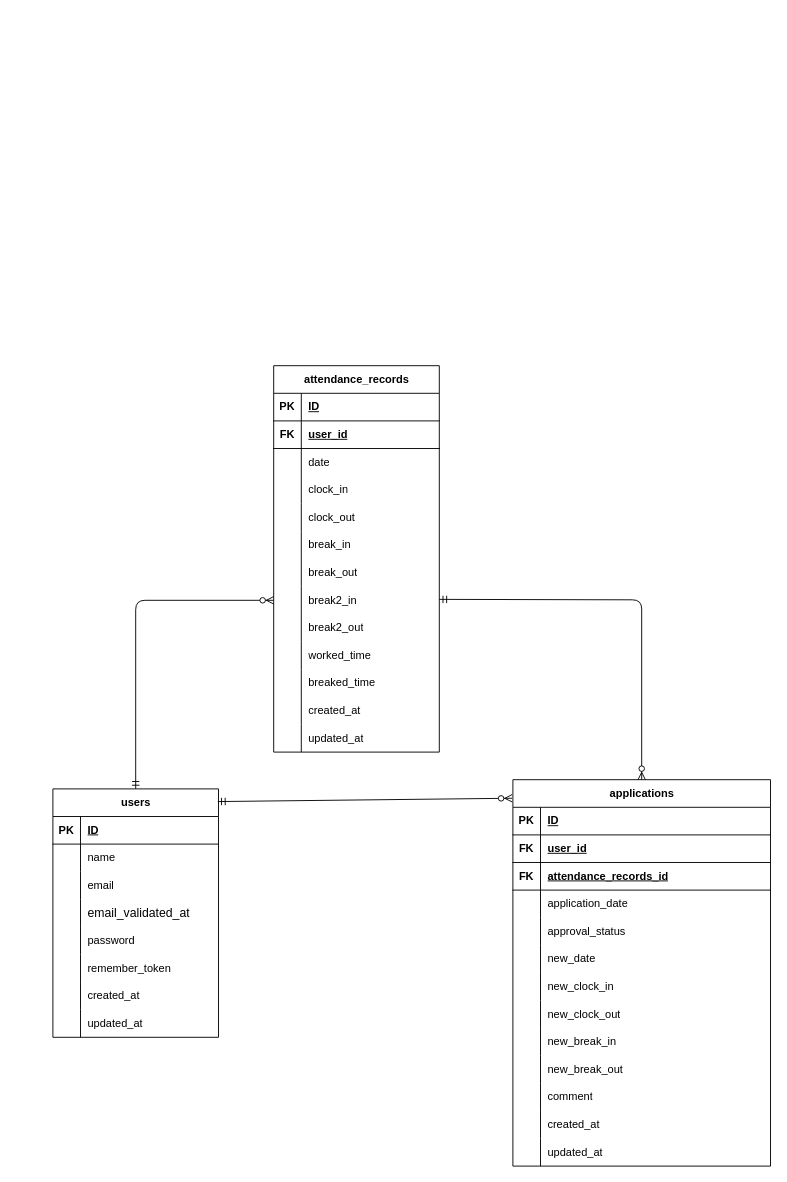
Earlier version of the draw.io diagram worklog.drawio (bunta27/WorkLog). Source tidied: cells renumbered, new cells numbered last; positions are measured from the earlier drawing's top-left corner, leaving out a move shared by most shapes. Both pictures are drawn from the tidied source at 92%, with x=0, y=0 at pixel (52, 365).
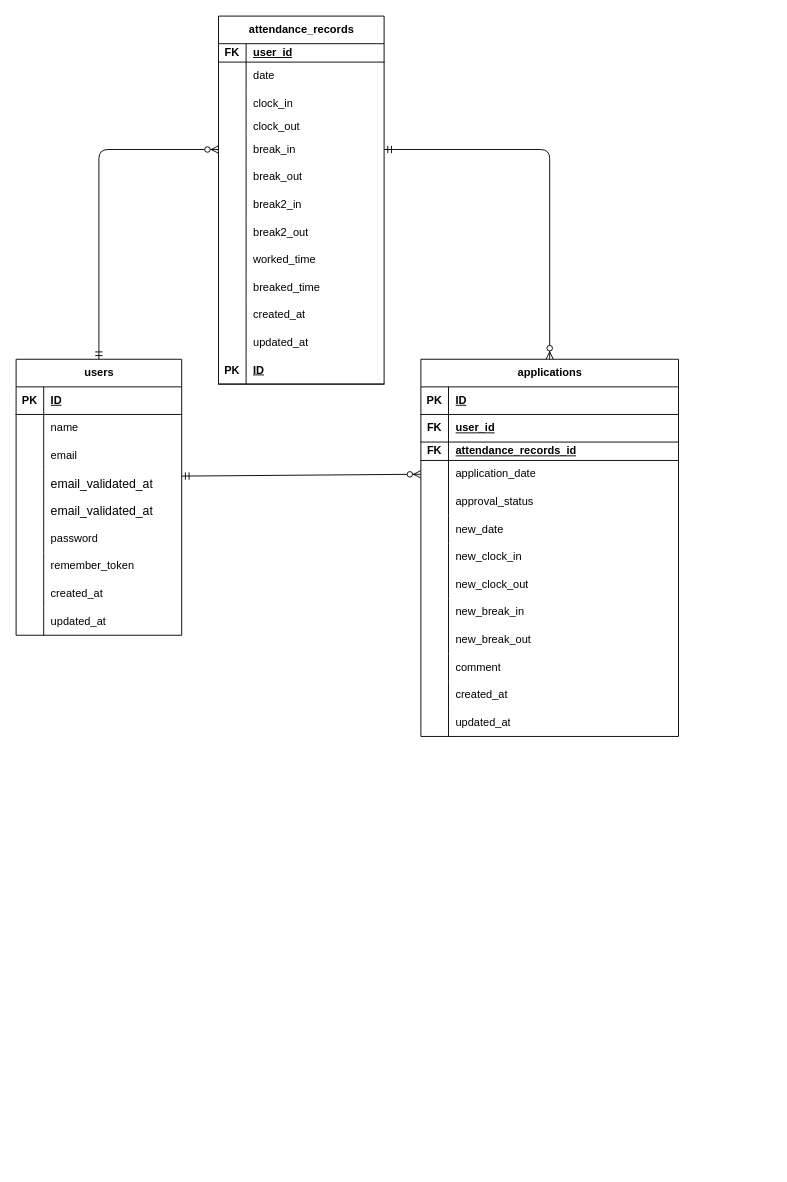
After the change.

The edit, as a diff of the source:
```diff
@@
     <mxCell id="2" value="attendance_records" style="shape=table;startSize=30;childLayout=tableLayout;rowLines=0;fontStyle=1;align=center;html=1;" parent="1" vertex="1">
-      <mxGeometry x="240" width="180" height="420" as="geometry" />
+      <mxGeometry x="180" y="-380" width="180" height="400" as="geometry" />
     </mxCell>
-    <mxCell id="3" style="shape=tableRow;horizontal=0;startSize=0;swimlaneHead=0;swimlaneBody=0;fillColor=none;top=0;left=0;right=0;bottom=1;" parent="2" vertex="1">
-      <mxGeometry y="30" width="180" height="30" as="geometry" />
-    </mxCell>
-    <mxCell id="4" value="PK" style="shape=partialRectangle;fillColor=none;top=0;left=0;bottom=0;right=0;fontStyle=1;overflow=hidden;whiteSpace=wrap;html=1;" parent="3" vertex="1">
-      <mxGeometry width="30" height="30" as="geometry" />
-    </mxCell>
-    <mxCell id="5" value="ID" style="shape=partialRectangle;fillColor=none;top=0;left=0;bottom=0;right=0;align=left;spacingLeft=6;fontStyle=5;overflow=hidden;whiteSpace=wrap;html=1;" parent="3" vertex="1">
-      <mxGeometry x="30" width="150" height="30" as="geometry" />
-    </mxCell>
     <mxCell id="6" style="shape=tableRow;horizontal=0;startSize=0;swimlaneHead=0;swimlaneBody=0;fillColor=none;top=0;left=0;right=0;bottom=1;" parent="2" vertex="1">
-      <mxGeometry y="60" width="180" height="30" as="geometry" />
+      <mxGeometry y="30" width="180" height="20" as="geometry" />
     </mxCell>
     <mxCell id="7" value="FK" style="shape=partialRectangle;fillColor=none;top=0;left=0;bottom=0;right=0;fontStyle=1;overflow=hidden;whiteSpace=wrap;html=1;" parent="6" vertex="1">
-      <mxGeometry width="30" height="30" as="geometry" />
+      <mxGeometry width="30" height="20" as="geometry" />
     </mxCell>
     <mxCell id="8" value="user_id" style="shape=partialRectangle;fillColor=none;top=0;left=0;bottom=0;right=0;align=left;spacingLeft=6;fontStyle=5;overflow=hidden;whiteSpace=wrap;html=1;" parent="6" vertex="1">
-      <mxGeometry x="30" width="150" height="30" as="geometry" />
+      <mxGeometry x="30" width="150" height="20" as="geometry" />
     </mxCell>
     <mxCell id="9" style="shape=tableRow;horizontal=0;startSize=0;swimlaneHead=0;swimlaneBody=0;fillColor=none;top=0;left=0;right=0;bottom=0;" parent="2" vertex="1">
-      <mxGeometry y="90" width="180" height="30" as="geometry" />
+      <mxGeometry y="50" width="180" height="30" as="geometry" />
     </mxCell>
@@
     <mxCell id="12" style="shape=tableRow;horizontal=0;startSize=0;swimlaneHead=0;swimlaneBody=0;fillColor=none;top=0;left=0;right=0;bottom=0;" parent="2" vertex="1">
-      <mxGeometry y="120" width="180" height="30" as="geometry" />
+      <mxGeometry y="80" width="180" height="30" as="geometry" />
     </mxCell>
@@
     <mxCell id="15" style="shape=tableRow;horizontal=0;startSize=0;swimlaneHead=0;swimlaneBody=0;fillColor=none;top=0;left=0;right=0;bottom=0;" parent="2" vertex="1">
-      <mxGeometry y="150" width="180" height="30" as="geometry" />
+      <mxGeometry y="110" width="180" height="20" as="geometry" />
     </mxCell>
     <mxCell id="16" style="shape=partialRectangle;fillColor=none;top=0;left=0;bottom=0;right=0;overflow=hidden;whiteSpace=wrap;html=1;" parent="15" vertex="1">
-      <mxGeometry width="30" height="30" as="geometry" />
+      <mxGeometry width="30" height="20" as="geometry" />
     </mxCell>
     <mxCell id="17" value="clock_out" style="shape=partialRectangle;fillColor=none;top=0;left=0;bottom=0;right=0;align=left;spacingLeft=6;overflow=hidden;whiteSpace=wrap;html=1;" parent="15" vertex="1">
-      <mxGeometry x="30" width="150" height="30" as="geometry" />
+      <mxGeometry x="30" width="150" height="20" as="geometry" />
     </mxCell>
     <mxCell id="18" style="shape=tableRow;horizontal=0;startSize=0;swimlaneHead=0;swimlaneBody=0;fillColor=none;points=[[0,0.5],[1,0.5]];portConstraint=eastwest;top=0;left=0;right=0;bottom=0;" parent="2" vertex="1">
-      <mxGeometry y="180" width="180" height="30" as="geometry" />
+      <mxGeometry y="130" width="180" height="30" as="geometry" />
     </mxCell>
@@
     <mxCell id="21" style="shape=tableRow;horizontal=0;startSize=0;swimlaneHead=0;swimlaneBody=0;fillColor=none;top=0;left=0;right=0;bottom=0;" parent="2" vertex="1">
-      <mxGeometry y="210" width="180" height="30" as="geometry" />
+      <mxGeometry y="160" width="180" height="30" as="geometry" />
     </mxCell>
@@
     <mxCell id="24" style="shape=tableRow;horizontal=0;startSize=0;swimlaneHead=0;swimlaneBody=0;fillColor=none;points=[[0,0.5],[1,0.5]];portConstraint=eastwest;top=0;left=0;right=0;bottom=0;" parent="2" vertex="1">
-      <mxGeometry y="240" width="180" height="30" as="geometry" />
+      <mxGeometry y="190" width="180" height="30" as="geometry" />
     </mxCell>
@@
     <mxCell id="27" style="shape=tableRow;horizontal=0;startSize=0;swimlaneHead=0;swimlaneBody=0;fillColor=none;top=0;left=0;right=0;bottom=0;" parent="2" vertex="1">
-      <mxGeometry y="270" width="180" height="30" as="geometry" />
+      <mxGeometry y="220" width="180" height="30" as="geometry" />
     </mxCell>
@@
     <mxCell id="30" style="shape=tableRow;horizontal=0;startSize=0;swimlaneHead=0;swimlaneBody=0;fillColor=none;top=0;left=0;right=0;bottom=0;" parent="2" vertex="1">
-      <mxGeometry y="300" width="180" height="30" as="geometry" />
+      <mxGeometry y="250" width="180" height="30" as="geometry" />
     </mxCell>
@@
     <mxCell id="33" style="shape=tableRow;horizontal=0;startSize=0;swimlaneHead=0;swimlaneBody=0;fillColor=none;top=0;left=0;right=0;bottom=0;" parent="2" vertex="1">
-      <mxGeometry y="330" width="180" height="30" as="geometry" />
+      <mxGeometry y="280" width="180" height="30" as="geometry" />
     </mxCell>
@@
     <mxCell id="36" style="shape=tableRow;horizontal=0;startSize=0;swimlaneHead=0;swimlaneBody=0;fillColor=none;top=0;left=0;right=0;bottom=0;" parent="2" vertex="1">
-      <mxGeometry y="360" width="180" height="30" as="geometry" />
+      <mxGeometry y="310" width="180" height="30" as="geometry" />
     </mxCell>
@@
     <mxCell id="39" style="shape=tableRow;horizontal=0;startSize=0;swimlaneHead=0;swimlaneBody=0;fillColor=none;top=0;left=0;right=0;bottom=0;" parent="2" vertex="1">
-      <mxGeometry y="390" width="180" height="30" as="geometry" />
+      <mxGeometry y="340" width="180" height="30" as="geometry" />
     </mxCell>
@@
+    <mxCell id="3" style="shape=tableRow;horizontal=0;startSize=0;swimlaneHead=0;swimlaneBody=0;fillColor=none;top=0;left=0;right=0;bottom=1;" parent="2" vertex="1">
+      <mxGeometry y="370" width="180" height="30" as="geometry" />
+    </mxCell>
+    <mxCell id="4" value="PK" style="shape=partialRectangle;fillColor=none;top=0;left=0;bottom=0;right=0;fontStyle=1;overflow=hidden;whiteSpace=wrap;html=1;" parent="3" vertex="1">
+      <mxGeometry width="30" height="30" as="geometry" />
+    </mxCell>
+    <mxCell id="5" value="ID" style="shape=partialRectangle;fillColor=none;top=0;left=0;bottom=0;right=0;align=left;spacingLeft=6;fontStyle=5;overflow=hidden;whiteSpace=wrap;html=1;" parent="3" vertex="1">
+      <mxGeometry x="30" width="150" height="30" as="geometry" />
+    </mxCell>
     <mxCell id="42" value="users" style="shape=table;startSize=30;childLayout=tableLayout;rowLines=0;fontStyle=1;align=center;html=1;" parent="1" vertex="1">
-      <mxGeometry y="460" width="180" height="270" as="geometry" />
+      <mxGeometry x="-40" y="-7" width="180" height="300" as="geometry" />
     </mxCell>
@@
+    <mxCell id="110" style="shape=tableRow;horizontal=0;startSize=0;swimlaneHead=0;swimlaneBody=0;fillColor=none;top=0;left=0;right=0;bottom=0;" parent="42" vertex="1">
+      <mxGeometry y="150" width="180" height="30" as="geometry" />
+    </mxCell>
+    <mxCell id="111" style="shape=partialRectangle;fillColor=none;top=0;left=0;bottom=0;right=0;overflow=hidden;whiteSpace=wrap;html=1;" parent="110" vertex="1">
+      <mxGeometry width="30" height="30" as="geometry" />
+    </mxCell>
+    <mxCell id="112" value="&lt;span style=&quot;color: rgb(0, 0, 0); font-size: 10pt; font-family: Arial;&quot;&gt;email_validated_at&lt;/span&gt;" style="shape=partialRectangle;fillColor=none;top=0;left=0;bottom=0;right=0;align=left;spacingLeft=6;overflow=hidden;whiteSpace=wrap;html=1;" parent="110" vertex="1">
+      <mxGeometry x="30" width="150" height="30" as="geometry" />
+    </mxCell>
     <mxCell id="55" style="shape=tableRow;horizontal=0;startSize=0;swimlaneHead=0;swimlaneBody=0;fillColor=none;top=0;left=0;right=0;bottom=0;" parent="42" vertex="1">
-      <mxGeometry y="150" width="180" height="30" as="geometry" />
+      <mxGeometry y="180" width="180" height="30" as="geometry" />
     </mxCell>
@@
     <mxCell id="58" style="shape=tableRow;horizontal=0;startSize=0;swimlaneHead=0;swimlaneBody=0;fillColor=none;top=0;left=0;right=0;bottom=0;" parent="42" vertex="1">
-      <mxGeometry y="180" width="180" height="30" as="geometry" />
+      <mxGeometry y="210" width="180" height="30" as="geometry" />
     </mxCell>
@@
     <mxCell id="61" style="shape=tableRow;horizontal=0;startSize=0;swimlaneHead=0;swimlaneBody=0;fillColor=none;top=0;left=0;right=0;bottom=0;" parent="42" vertex="1">
-      <mxGeometry y="210" width="180" height="30" as="geometry" />
+      <mxGeometry y="240" width="180" height="30" as="geometry" />
     </mxCell>
@@
     <mxCell id="64" style="shape=tableRow;horizontal=0;startSize=0;swimlaneHead=0;swimlaneBody=0;fillColor=none;top=0;left=0;right=0;bottom=0;" parent="42" vertex="1">
-      <mxGeometry y="240" width="180" height="30" as="geometry" />
+      <mxGeometry y="270" width="180" height="30" as="geometry" />
     </mxCell>
@@
     <mxCell id="67" value="applications" style="shape=table;startSize=30;childLayout=tableLayout;rowLines=0;fontStyle=1;align=center;html=1;" parent="1" vertex="1">
-      <mxGeometry x="500" y="450" width="280" height="420" as="geometry" />
+      <mxGeometry x="400" y="-7" width="280" height="410" as="geometry" />
     </mxCell>
@@
     <mxCell id="74" style="shape=tableRow;horizontal=0;startSize=0;swimlaneHead=0;swimlaneBody=0;fillColor=none;top=0;left=0;right=0;bottom=1;" parent="67" vertex="1">
-      <mxGeometry y="90" width="280" height="30" as="geometry" />
+      <mxGeometry y="90" width="280" height="20" as="geometry" />
     </mxCell>
     <mxCell id="75" value="FK" style="shape=partialRectangle;fillColor=none;top=0;left=0;bottom=0;right=0;fontStyle=1;overflow=hidden;whiteSpace=wrap;html=1;" parent="74" vertex="1">
-      <mxGeometry width="30" height="30" as="geometry" />
+      <mxGeometry width="30" height="20" as="geometry" />
     </mxCell>
     <mxCell id="76" value="attendance_records_id" style="shape=partialRectangle;fillColor=none;top=0;left=0;bottom=0;right=0;align=left;spacingLeft=6;fontStyle=5;overflow=hidden;whiteSpace=wrap;html=1;" parent="74" vertex="1">
-      <mxGeometry x="30" width="250" height="30" as="geometry" />
+      <mxGeometry x="30" width="250" height="20" as="geometry" />
     </mxCell>
     <mxCell id="77" style="shape=tableRow;horizontal=0;startSize=0;swimlaneHead=0;swimlaneBody=0;fillColor=none;points=[[0,0.5],[1,0.5]];portConstraint=eastwest;top=0;left=0;right=0;bottom=0;" parent="67" vertex="1">
-      <mxGeometry y="120" width="280" height="30" as="geometry" />
+      <mxGeometry y="110" width="280" height="30" as="geometry" />
     </mxCell>
@@
     <mxCell id="80" style="shape=tableRow;horizontal=0;startSize=0;swimlaneHead=0;swimlaneBody=0;fillColor=none;top=0;left=0;right=0;bottom=0;" parent="67" vertex="1">
-      <mxGeometry y="150" width="280" height="30" as="geometry" />
+      <mxGeometry y="140" width="280" height="30" as="geometry" />
     </mxCell>
@@
     <mxCell id="83" style="shape=tableRow;horizontal=0;startSize=0;swimlaneHead=0;swimlaneBody=0;fillColor=none;top=0;left=0;right=0;bottom=0;" parent="67" vertex="1">
-      <mxGeometry y="180" width="280" height="30" as="geometry" />
+      <mxGeometry y="170" width="280" height="30" as="geometry" />
     </mxCell>
@@
     <mxCell id="86" style="shape=tableRow;horizontal=0;startSize=0;swimlaneHead=0;swimlaneBody=0;fillColor=none;top=0;left=0;right=0;bottom=0;" parent="67" vertex="1">
-      <mxGeometry y="210" width="280" height="30" as="geometry" />
+      <mxGeometry y="200" width="280" height="30" as="geometry" />
     </mxCell>
@@
     <mxCell id="89" style="shape=tableRow;horizontal=0;startSize=0;swimlaneHead=0;swimlaneBody=0;fillColor=none;top=0;left=0;right=0;bottom=0;" parent="67" vertex="1">
-      <mxGeometry y="240" width="280" height="30" as="geometry" />
+      <mxGeometry y="230" width="280" height="30" as="geometry" />
     </mxCell>
@@
     <mxCell id="92" style="shape=tableRow;horizontal=0;startSize=0;swimlaneHead=0;swimlaneBody=0;fillColor=none;top=0;left=0;right=0;bottom=0;" parent="67" vertex="1">
-      <mxGeometry y="270" width="280" height="30" as="geometry" />
+      <mxGeometry y="260" width="280" height="30" as="geometry" />
     </mxCell>
@@
     <mxCell id="95" style="shape=tableRow;horizontal=0;startSize=0;swimlaneHead=0;swimlaneBody=0;fillColor=none;top=0;left=0;right=0;bottom=0;" parent="67" vertex="1">
-      <mxGeometry y="300" width="280" height="30" as="geometry" />
+      <mxGeometry y="290" width="280" height="30" as="geometry" />
     </mxCell>
@@
     <mxCell id="98" style="shape=tableRow;horizontal=0;startSize=0;swimlaneHead=0;swimlaneBody=0;fillColor=none;top=0;left=0;right=0;bottom=0;" parent="67" vertex="1">
-      <mxGeometry y="330" width="280" height="30" as="geometry" />
+      <mxGeometry y="320" width="280" height="30" as="geometry" />
     </mxCell>
@@
     <mxCell id="101" style="shape=tableRow;horizontal=0;startSize=0;swimlaneHead=0;swimlaneBody=0;fillColor=none;top=0;left=0;right=0;bottom=0;" parent="67" vertex="1">
-      <mxGeometry y="360" width="280" height="30" as="geometry" />
+      <mxGeometry y="350" width="280" height="30" as="geometry" />
     </mxCell>
@@
     <mxCell id="104" style="shape=tableRow;horizontal=0;startSize=0;swimlaneHead=0;swimlaneBody=0;fillColor=none;top=0;left=0;right=0;bottom=0;" parent="67" vertex="1">
-      <mxGeometry y="390" width="280" height="30" as="geometry" />
+      <mxGeometry y="380" width="280" height="30" as="geometry" />
     </mxCell>
@@
-    <mxCell id="107" style="fontSize=12;html=1;endArrow=ERzeroToMany;startArrow=ERmandOne;exitX=0.5;exitY=0;exitDx=0;exitDy=0;entryX=0;entryY=0.5;entryDx=0;entryDy=0;edgeStyle=orthogonalEdgeStyle;" parent="1" edge="1" source="42" target="24">
+    <mxCell id="107" style="fontSize=12;html=1;endArrow=ERzeroToMany;startArrow=ERmandOne;exitX=0.5;exitY=0;exitDx=0;exitDy=0;entryX=0;entryY=0.5;entryDx=0;entryDy=0;edgeStyle=orthogonalEdgeStyle;" parent="1" edge="1" source="42" target="18">
       <mxGeometry relative="1" as="geometry" />
     </mxCell>
-    <mxCell id="108" style="fontSize=12;html=1;endArrow=ERzeroToMany;startArrow=ERmandOne;exitX=0.996;exitY=0.051;exitDx=0;exitDy=0;exitPerimeter=0;entryX=-0.003;entryY=0.048;entryDx=0;entryDy=0;entryPerimeter=0;" parent="1" edge="1" source="42" target="67">
-      <mxGeometry relative="1" as="geometry" />
+    <mxCell id="108" style="fontSize=12;html=1;endArrow=ERzeroToMany;startArrow=ERmandOne;entryX=0;entryY=0.5;entryDx=0;entryDy=0;" parent="1" edge="1" target="77">
+      <mxGeometry relative="1" as="geometry">
+        <mxPoint x="140" y="120" as="sourcePoint" />
+      </mxGeometry>
     </mxCell>
-    <mxCell id="109" style="fontSize=12;html=1;endArrow=ERzeroToMany;startArrow=ERmandOne;exitX=0.996;exitY=0.051;exitDx=0;exitDy=0;exitPerimeter=0;edgeStyle=orthogonalEdgeStyle;entryX=0.5;entryY=0;entryDx=0;entryDy=0;" parent="1" edge="1" target="67">
-      <mxGeometry relative="1" as="geometry">
-        <mxPoint x="420" y="254" as="sourcePoint" />
-      </mxGeometry>
+    <mxCell id="109" style="fontSize=12;html=1;endArrow=ERzeroToMany;startArrow=ERmandOne;exitX=1;exitY=0.5;exitDx=0;exitDy=0;edgeStyle=orthogonalEdgeStyle;entryX=0.5;entryY=0;entryDx=0;entryDy=0;" parent="1" edge="1" source="18" target="67">
+      <mxGeometry relative="1" as="geometry" />
     </mxCell>
```
